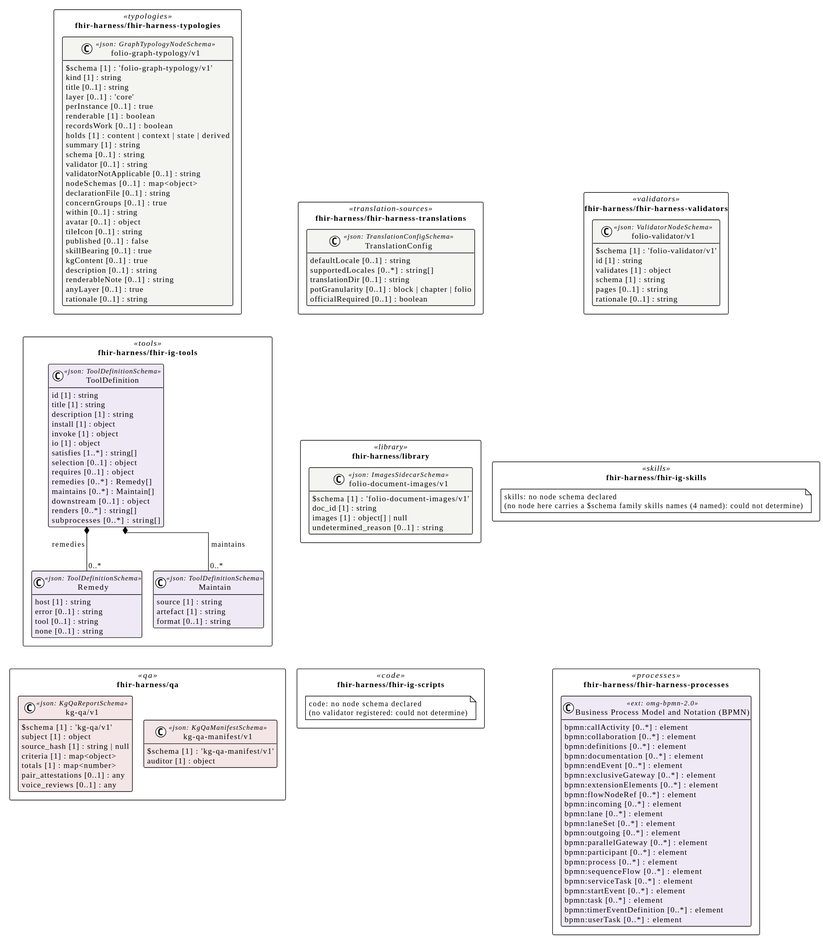
Before: assets/img/uml/overview/fhir-harness.svg, a diagram exported from PlantUML (litlfred/smart-trust).
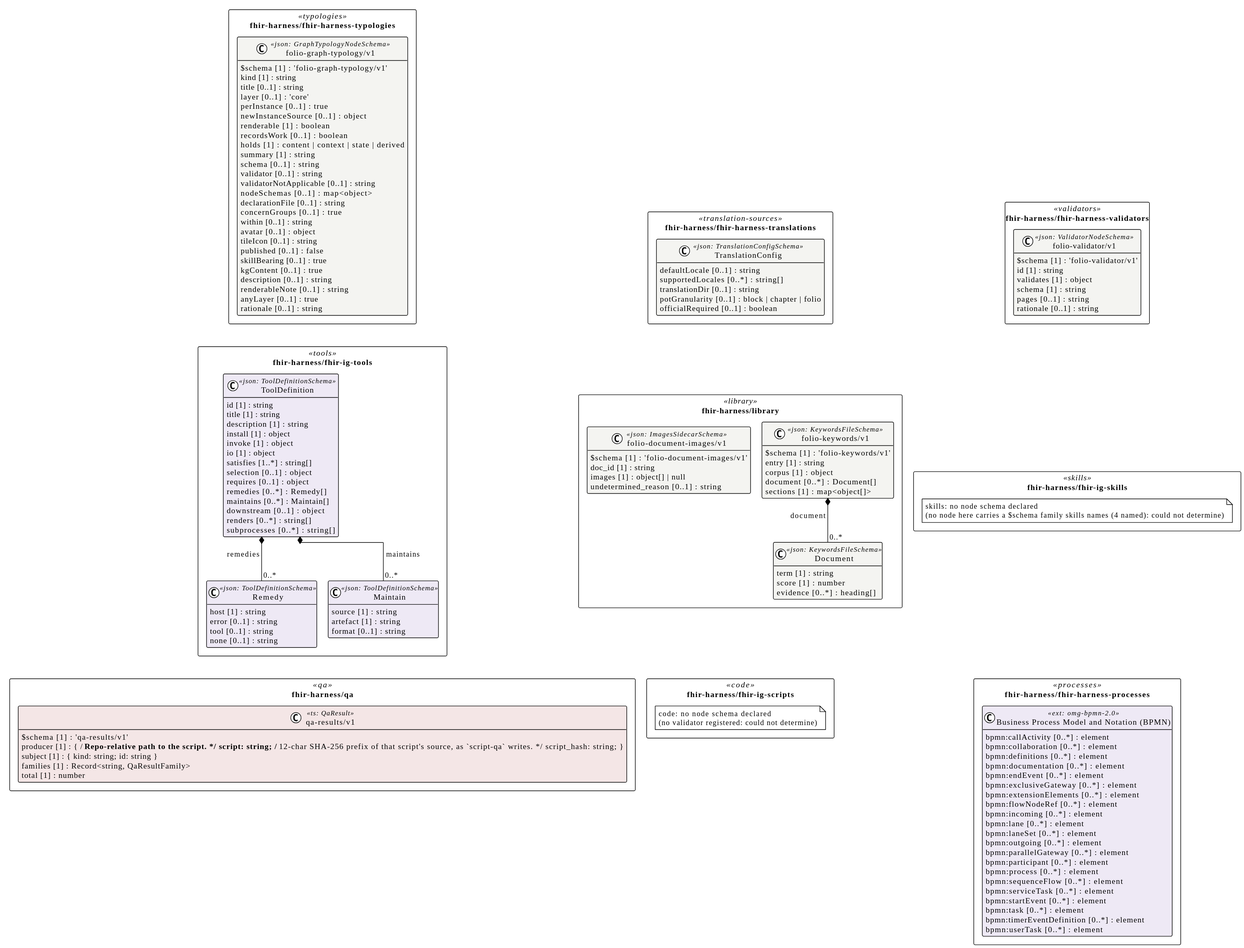
Later version of the same file.

Change to the diagram source:
```diff
@@ -32,6 +32,7 @@
     title [0..1] : string
     layer [0..1] : 'core'
     perInstance [0..1] : true
+    newInstanceSource [0..1] : object
     renderable [1] : boolean
     recordsWork [0..1] : boolean
     holds [1] : content | context | state | derived
@@ -60,6 +61,18 @@
     doc_id [1] : string
     images [1] : object[] | null
     undetermined_reason [0..1] : string
+  }
+  class "Document" as fhir_harness_library_folio_keywords_v1_Document <<json: KeywordsFileSchema>> #f4f4f1 {
+    term [1] : string
+    score [1] : number
+    evidence [0..*] : heading[]
+  }
+  class "folio-keywords/v1" as fhir_harness_library_folio_keywords_v1_folio_keywords_v1 <<json: KeywordsFileSchema>> #f4f4f1 {
+    $schema [1] : 'folio-keywords/v1'
+    entry [1] : string
+    corpus [1] : object
+    document [0..*] : Document[]
+    sections [1] : map<object[]>
   }
 }
 package "fhir-harness/fhir-ig-skills" as pkg_fhir_harness_fhir_ig_skills <<skills>> {
@@ -123,21 +136,16 @@
   }
 }
 package "fhir-harness/qa" as pkg_fhir_harness_qa <<qa>> {
-  class "kg-qa/v1" as fhir_harness_qa_kg_qa_v1_kg_qa_v1 <<json: KgQaReportSchema>> #f4e6e6 {
-    $schema [1] : 'kg-qa/v1'
-    subject [1] : object
-    source_hash [1] : string | null
-    criteria [1] : map<object>
-    totals [1] : map<number>
-    pair_attestations [0..1] : any
-    voice_reviews [0..1] : any
-  }
-  class "kg-qa-manifest/v1" as fhir_harness_qa_kg_qa_manifest_v1_kg_qa_manifest_v1 <<json: KgQaManifestSchema>> #f4e6e6 {
-    $schema [1] : 'kg-qa-manifest/v1'
-    auditor [1] : object
+  class "qa-results/v1" as fhir_harness_qa_qa_results_v1 <<ts: QaResult>> #f4e6e6 {
+    $schema [1] : 'qa-results/v1'
+    producer [1] : { /** Repo-relative path to the script. */ script: string; /** 12-char SHA-256 prefix of that script's source, as `script-qa` writes. */ script_hash: string; }
+    subject [1] : { kind: string; id: string }
+    families [1] : Record<string, QaResultFamily>
+    total [1] : number
   }
 }
 
+fhir_harness_library_folio_keywords_v1_folio_keywords_v1 *-- "0..*" fhir_harness_library_folio_keywords_v1_Document : document
 fhir_harness_fhir_ig_tools_ToolDefinition *-- "0..*" fhir_harness_fhir_ig_tools_Remedy : remedies
 fhir_harness_fhir_ig_tools_ToolDefinition *-- "0..*" fhir_harness_fhir_ig_tools_Maintain : maintains
 pkg_fhir_harness_fhir_harness_translations -[hidden]down- pkg_fhir_harness_library
```
